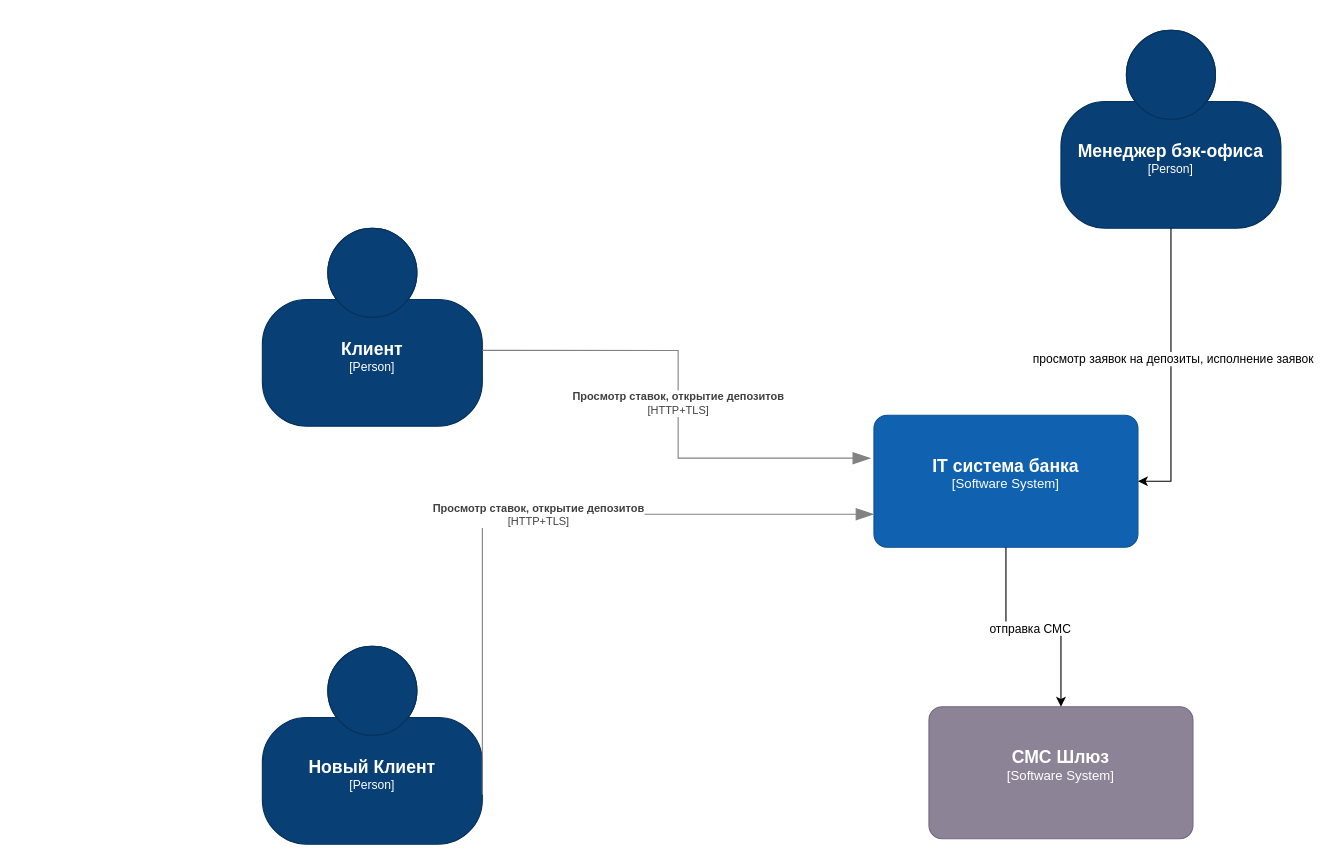
Before: page "Контекст" (1 of 2) of Exc3/Диаграммы.drawio in DimaGusev/architecture-sprint-9, a draw.io diagram. Source tidied: cells renumbered, new cells numbered last; positions are measured from the earlier drawing's top-left corner, leaving out a move shared by most shapes. Both pictures are drawn from the tidied source at 110%, with x=0, y=0 at pixel (262, 30).
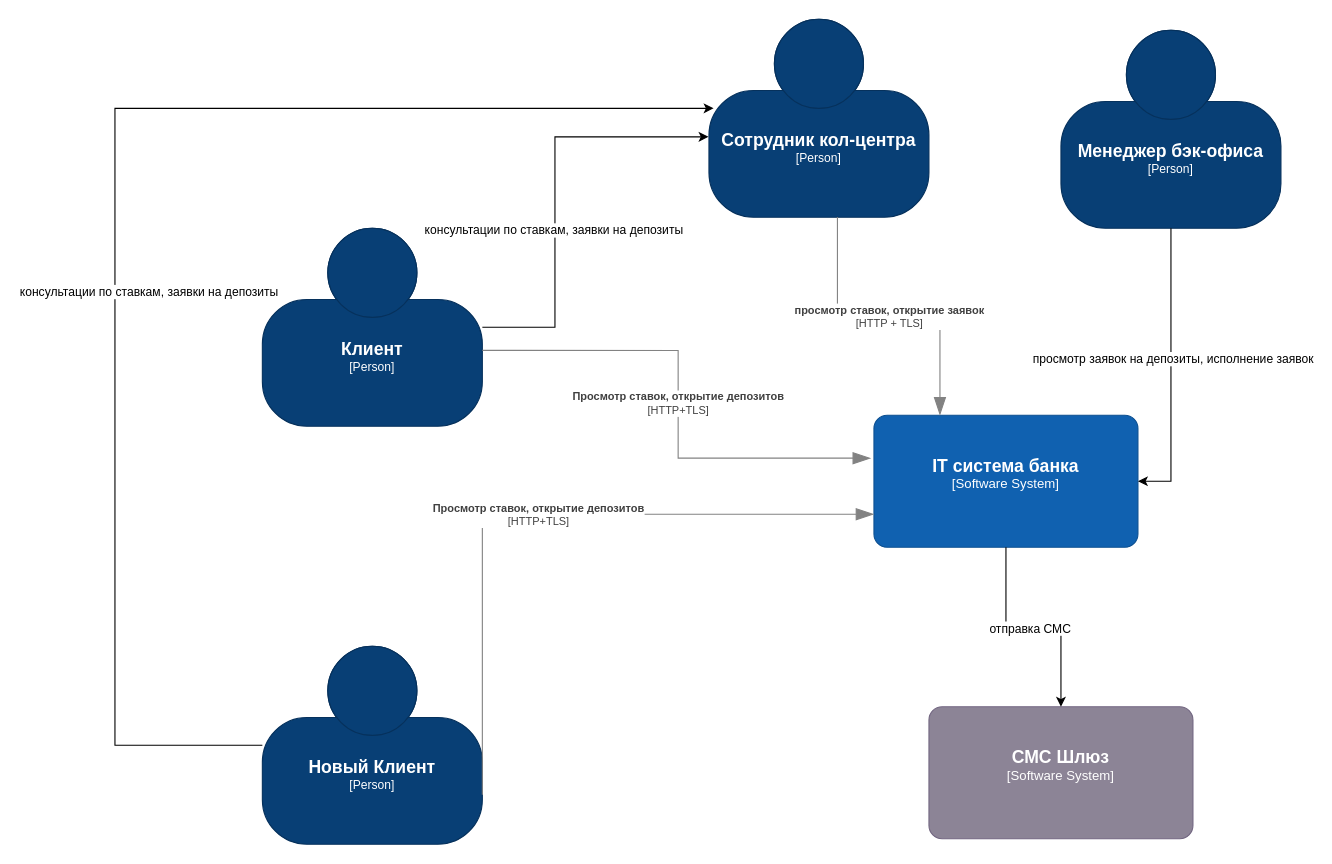
After the change.

The change refers to these unchanged cells:
```xml
<object id="2" label="&lt;font style=&quot;font-size: 16px&quot;&gt;&lt;b&gt;%c4Name%&lt;/b&gt;&lt;/font&gt;&lt;div&gt;[%c4Type%]&lt;/div&gt;&lt;br&gt;&lt;div&gt;&lt;font style=&quot;font-size: 11px&quot;&gt;&lt;font color=&quot;#cccccc&quot;&gt;%c4Description%&lt;/font&gt;&lt;/div&gt;" c4Description="" c4Name="Клиент" c4Type="Person" placeholders="1">
  <mxCell style="html=1;fontSize=11;dashed=0;whiteSpace=wrap;fillColor=#083F75;strokeColor=#06315C;fontColor=#ffffff;shape=mxgraph.c4.person2;align=center;points=[[0.5,0,0],[1,0.5,0],[1,0.75,0],[0.75,1,0],[0.5,1,0],[0.25,1,0],[0,0.75,0],[0,0.5,0]];" parent="1" vertex="1">
    <mxGeometry y="180" width="200" height="180" as="geometry" />
  </mxCell>
</object>
<object id="3" label="&lt;font style=&quot;font-size: 16px&quot;&gt;&lt;b&gt;%c4Name%&lt;/b&gt;&lt;/font&gt;&lt;div&gt;[%c4Type%]&lt;/div&gt;&lt;br&gt;&lt;div&gt;&lt;font style=&quot;font-size: 11px&quot;&gt;&lt;font color=&quot;#cccccc&quot;&gt;%c4Description%&lt;/font&gt;&lt;/div&gt;" c4Description="" c4Name="Новый Клиент" c4Type="Person" placeholders="1">
  <mxCell style="html=1;fontSize=11;dashed=0;whiteSpace=wrap;fillColor=#083F75;strokeColor=#06315C;fontColor=#ffffff;shape=mxgraph.c4.person2;align=center;points=[[0.5,0,0],[1,0.5,0],[1,0.75,0],[0.75,1,0],[0.5,1,0],[0.25,1,0],[0,0.75,0],[0,0.5,0]];" parent="1" vertex="1">
    <mxGeometry y="560" width="200" height="180" as="geometry" />
  </mxCell>
</object>
<object id="4" label="&lt;font style=&quot;font-size: 16px&quot;&gt;&lt;b&gt;%c4Name%&lt;/b&gt;&lt;/font&gt;&lt;div&gt;[%c4Type%]&lt;/div&gt;&lt;br&gt;&lt;div&gt;&lt;font style=&quot;font-size: 11px&quot;&gt;&lt;font color=&quot;#cccccc&quot;&gt;%c4Description%&lt;/font&gt;&lt;/div&gt;" c4Description="" c4Name="IT система банка" c4Type="Software System" placeholders="1">
  <mxCell style="rounded=1;whiteSpace=wrap;html=1;labelBackgroundColor=none;fillColor=#1061B0;fontColor=#ffffff;align=center;arcSize=10;strokeColor=#0D5091;points=[[0.25,0,0],[0.5,0,0],[0.75,0,0],[1,0.25,0],[1,0.5,0],[1,0.75,0],[0.75,1,0],[0.5,1,0],[0.25,1,0],[0,0.75,0],[0,0.5,0],[0,0.25,0]];" parent="1" vertex="1">
    <mxGeometry x="556" y="350" width="240" height="120" as="geometry" />
  </mxCell>
</object>
```

Diff of the diagram source:
```diff
@@
+    <object id="13" label="&lt;font style=&quot;font-size: 16px&quot;&gt;&lt;b&gt;%c4Name%&lt;/b&gt;&lt;/font&gt;&lt;div&gt;[%c4Type%]&lt;/div&gt;&lt;br&gt;&lt;div&gt;&lt;font style=&quot;font-size: 11px&quot;&gt;&lt;font color=&quot;#cccccc&quot;&gt;%c4Description%&lt;/font&gt;&lt;/div&gt;" c4Description="" c4Name="Сотрудник кол-центра" c4Type="Person" placeholders="1">
+      <mxCell style="html=1;fontSize=11;dashed=0;whiteSpace=wrap;fillColor=#083F75;strokeColor=#06315C;fontColor=#ffffff;shape=mxgraph.c4.person2;align=center;points=[[0.5,0,0],[1,0.5,0],[1,0.75,0],[0.75,1,0],[0.5,1,0],[0.25,1,0],[0,0.75,0],[0,0.5,0]];" parent="1" vertex="1">
+        <mxGeometry x="406" y="-10" width="200" height="180" as="geometry" />
+      </mxCell>
+    </object>
+    <mxCell id="14" style="edgeStyle=orthogonalEdgeStyle;rounded=0;jettySize=auto;html=1;entryX=-0.002;entryY=0.594;entryDx=0;entryDy=0;entryPerimeter=0;" parent="1" edge="1" source="2" target="13">
+      <mxGeometry relative="1" as="geometry">
+        <Array as="points">
+          <mxPoint x="266" y="270" />
+          <mxPoint x="266" y="97" />
+        </Array>
+      </mxGeometry>
+    </mxCell>
+    <mxCell id="15" value="консультации по ставкам, заявки на депозиты" style="edgeLabel;html=1;align=center;verticalAlign=middle;" parent="14" vertex="1">
+      <mxGeometry x="-0.18" y="2" relative="1" as="geometry" />
+    </mxCell>
+    <mxCell id="16" style="edgeStyle=orthogonalEdgeStyle;rounded=0;jettySize=auto;html=1;entryX=0.021;entryY=0.45;entryDx=0;entryDy=0;entryPerimeter=0;" parent="1" edge="1" source="3" target="13">
+      <mxGeometry relative="1" as="geometry">
+        <Array as="points">
+          <mxPoint x="-134" y="650" />
+          <mxPoint x="-134" y="71" />
+        </Array>
+      </mxGeometry>
+    </mxCell>
+    <mxCell id="17" value="консультации по ставкам, заявки на депозиты" style="edgeLabel;html=1;align=center;verticalAlign=middle;" parent="16" vertex="1">
+      <mxGeometry x="-0.13" y="2" relative="1" as="geometry">
+        <mxPoint x="32" as="offset" />
+      </mxGeometry>
+    </mxCell>
+    <object id="18" label="&lt;div style=&quot;text-align: left&quot;&gt;&lt;div style=&quot;text-align: center&quot;&gt;&lt;b&gt;%c4Description%&lt;/b&gt;&lt;/div&gt;&lt;div style=&quot;text-align: center&quot;&gt;[%c4Technology%]&lt;/div&gt;&lt;/div&gt;" c4Description="просмотр ставок, открытие заявок" c4Technology="HTTP + TLS" placeholders="1">
+      <mxCell style="endArrow=blockThin;html=1;fontSize=10;fontColor=#404040;strokeWidth=1;endFill=1;strokeColor=#828282;elbow=vertical;endSize=14;startSize=14;jumpStyle=arc;jumpSize=16;rounded=0;edgeStyle=orthogonalEdgeStyle;exitX=0.584;exitY=0.999;exitDx=0;exitDy=0;exitPerimeter=0;entryX=0.25;entryY=0;entryDx=0;entryDy=0;entryPerimeter=0;" parent="1" edge="1" source="13" target="4">
+        <mxGeometry relative="1" as="geometry" />
+      </mxCell>
+    </object>
```
